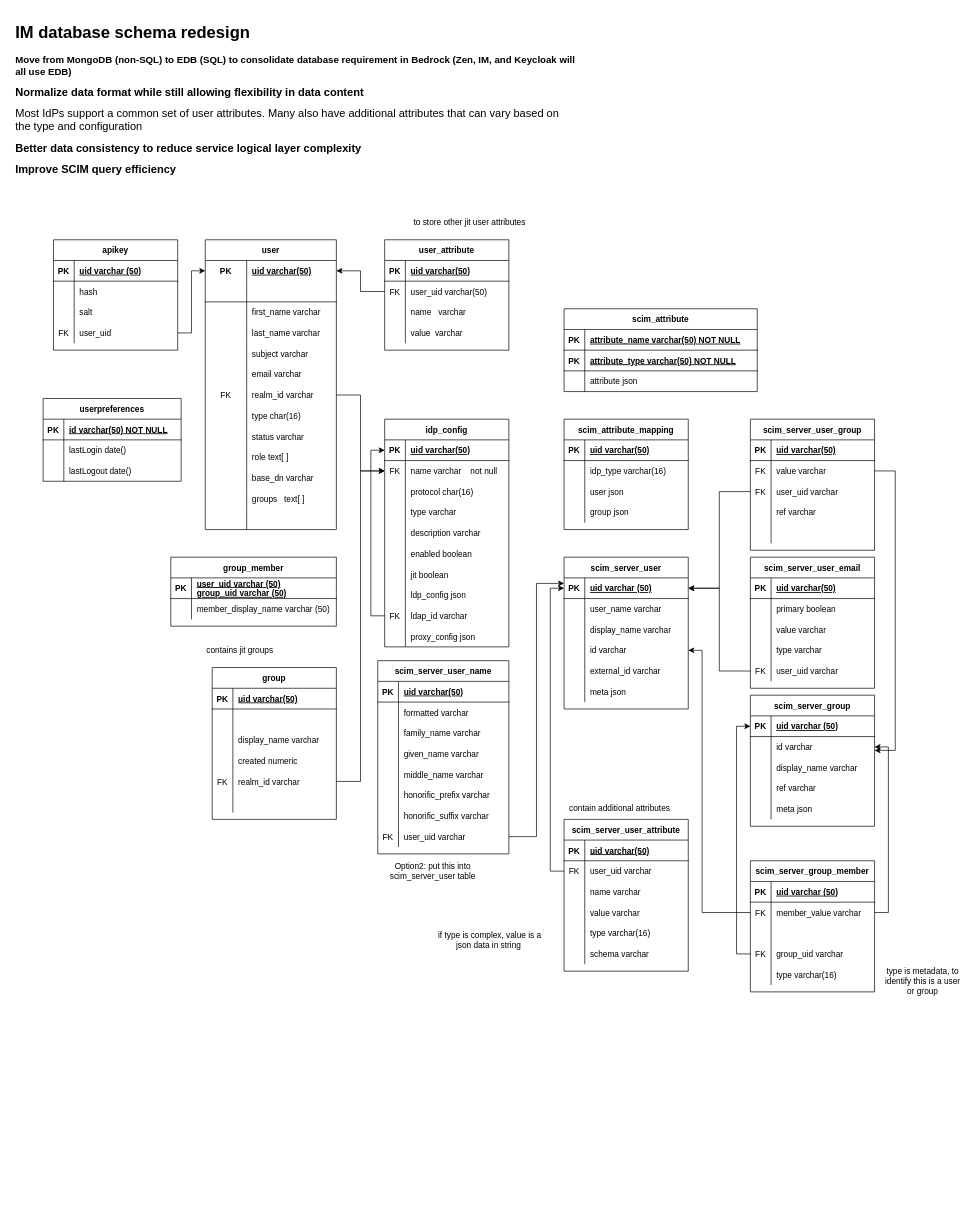
This is page "Page-1" (1 of 2) of IMDBSchemaDiagram-updated.drawio from yannizhang2019/dbmigration, a draw.io file, before an edit. Source tidied: cells renumbered, new cells numbered last; positions are measured from the earlier drawing's top-left corner, leaving out a move shared by most shapes. Both pictures are drawn from the tidied source at 69%, with x=0, y=0 at pixel (12, 19).
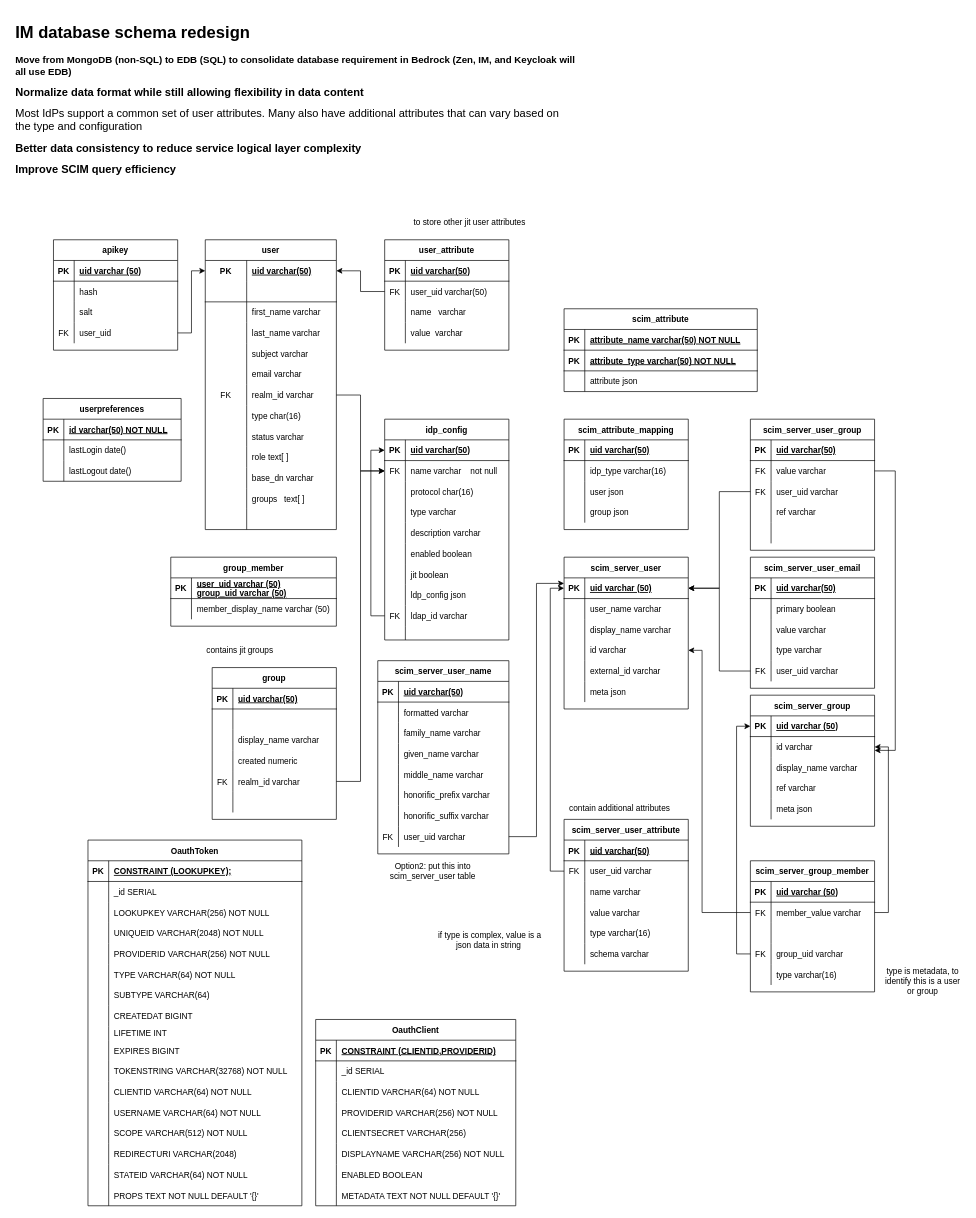
After the change.

Commit message:
updates for the liberty schema

Diff of the diagram source:
```diff
@@
     <mxCell id="56" value="idp_config" style="shape=table;startSize=30;childLayout=tableLayout;rowLines=0;fontStyle=1;align=center;" parent="1" vertex="1">
-      <mxGeometry x="540" y="580" width="180" height="330" as="geometry" />
+      <mxGeometry x="540" y="580" width="180" height="320" as="geometry" />
     </mxCell>
@@
     <mxCell id="85" style="shape=tableRow;horizontal=0;startSize=0;swimlaneHead=0;swimlaneBody=0;fillColor=none;top=0;left=0;right=0;bottom=0;" parent="56" vertex="1">
-      <mxGeometry y="300" width="180" height="30" as="geometry" />
+      <mxGeometry y="300" width="180" height="20" as="geometry" />
     </mxCell>
     <mxCell id="86" style="shape=partialRectangle;fillColor=none;top=0;left=0;bottom=0;right=0;overflow=hidden;" parent="85" vertex="1">
-      <mxGeometry width="30" height="30" as="geometry" />
+      <mxGeometry width="30" height="20" as="geometry" />
     </mxCell>
-    <mxCell id="87" value="proxy_config json" style="shape=partialRectangle;fillColor=none;top=0;left=0;bottom=0;right=0;align=left;spacingLeft=6;overflow=hidden;" parent="85" vertex="1">
-      <mxGeometry x="30" width="150" height="30" as="geometry" />
+    <mxCell id="87" style="shape=partialRectangle;fillColor=none;top=0;left=0;bottom=0;right=0;align=left;spacingLeft=6;overflow=hidden;" parent="85" vertex="1">
+      <mxGeometry x="30" width="150" height="20" as="geometry" />
     </mxCell>
@@
+    <mxCell id="305" value="OauthClient" style="shape=table;startSize=30;childLayout=tableLayout;rowLines=0;fontStyle=1;align=center;" parent="1" vertex="1">
+      <mxGeometry x="440" y="1450" width="290" height="270" as="geometry" />
+    </mxCell>
+    <mxCell id="306" style="shape=tableRow;horizontal=0;startSize=0;swimlaneHead=0;swimlaneBody=0;fillColor=none;strokeColor=inherit;top=0;left=0;right=0;bottom=1;" parent="305" vertex="1">
+      <mxGeometry y="30" width="290" height="30" as="geometry" />
+    </mxCell>
+    <mxCell id="307" value="PK" style="shape=partialRectangle;overflow=hidden;fillColor=none;strokeColor=inherit;top=0;left=0;bottom=0;right=0;fontStyle=1;" parent="306" vertex="1">
+      <mxGeometry width="30" height="30" as="geometry" />
+    </mxCell>
+    <mxCell id="308" value="CONSTRAINT  (CLIENTID,PROVIDERID)" style="shape=partialRectangle;overflow=hidden;fillColor=none;align=left;strokeColor=inherit;top=0;left=0;bottom=0;right=0;spacingLeft=6;fontStyle=5;" parent="306" vertex="1">
+      <mxGeometry x="30" width="260" height="30" as="geometry" />
+    </mxCell>
+    <mxCell id="309" style="shape=tableRow;horizontal=0;startSize=0;swimlaneHead=0;swimlaneBody=0;fillColor=none;strokeColor=inherit;top=0;left=0;right=0;bottom=0;" parent="305" vertex="1">
+      <mxGeometry y="60" width="290" height="30" as="geometry" />
+    </mxCell>
+    <mxCell id="310" style="shape=partialRectangle;overflow=hidden;fillColor=none;strokeColor=inherit;top=0;left=0;bottom=0;right=0;" parent="309" vertex="1">
+      <mxGeometry width="30" height="30" as="geometry" />
+    </mxCell>
+    <mxCell id="311" value="_id SERIAL" style="shape=partialRectangle;overflow=hidden;fillColor=none;align=left;strokeColor=inherit;top=0;left=0;bottom=0;right=0;spacingLeft=6;" parent="309" vertex="1">
+      <mxGeometry x="30" width="260" height="30" as="geometry" />
+    </mxCell>
+    <mxCell id="312" style="shape=tableRow;horizontal=0;startSize=0;swimlaneHead=0;swimlaneBody=0;fillColor=none;strokeColor=inherit;top=0;left=0;right=0;bottom=0;" parent="305" vertex="1">
+      <mxGeometry y="90" width="290" height="30" as="geometry" />
+    </mxCell>
+    <mxCell id="313" style="shape=partialRectangle;overflow=hidden;fillColor=none;strokeColor=inherit;top=0;left=0;bottom=0;right=0;" parent="312" vertex="1">
+      <mxGeometry width="30" height="30" as="geometry" />
+    </mxCell>
+    <mxCell id="314" value="CLIENTID VARCHAR(64) NOT NULL" style="shape=partialRectangle;overflow=hidden;fillColor=none;align=left;strokeColor=inherit;top=0;left=0;bottom=0;right=0;spacingLeft=6;" parent="312" vertex="1">
+      <mxGeometry x="30" width="260" height="30" as="geometry" />
+    </mxCell>
+    <mxCell id="315" style="shape=tableRow;horizontal=0;startSize=0;swimlaneHead=0;swimlaneBody=0;fillColor=none;strokeColor=inherit;top=0;left=0;right=0;bottom=0;" parent="305" vertex="1">
+      <mxGeometry y="120" width="290" height="30" as="geometry" />
+    </mxCell>
+    <mxCell id="316" style="shape=partialRectangle;overflow=hidden;fillColor=none;strokeColor=inherit;top=0;left=0;bottom=0;right=0;" parent="315" vertex="1">
+      <mxGeometry width="30" height="30" as="geometry" />
+    </mxCell>
+    <mxCell id="317" value="PROVIDERID VARCHAR(256) NOT NULL" style="shape=partialRectangle;overflow=hidden;fillColor=none;align=left;strokeColor=inherit;top=0;left=0;bottom=0;right=0;spacingLeft=6;" parent="315" vertex="1">
+      <mxGeometry x="30" width="260" height="30" as="geometry" />
+    </mxCell>
+    <mxCell id="318" style="shape=tableRow;horizontal=0;startSize=0;swimlaneHead=0;swimlaneBody=0;fillColor=none;strokeColor=inherit;top=0;left=0;right=0;bottom=0;" parent="305" vertex="1">
+      <mxGeometry y="150" width="290" height="30" as="geometry" />
+    </mxCell>
+    <mxCell id="319" style="shape=partialRectangle;overflow=hidden;fillColor=none;strokeColor=inherit;top=0;left=0;bottom=0;right=0;" parent="318" vertex="1">
+      <mxGeometry width="30" height="30" as="geometry" />
+    </mxCell>
+    <mxCell id="320" value="CLIENTSECRET VARCHAR(256)" style="shape=partialRectangle;overflow=hidden;fillColor=none;align=left;strokeColor=inherit;top=0;left=0;bottom=0;right=0;spacingLeft=6;" parent="318" vertex="1">
+      <mxGeometry x="30" width="260" height="30" as="geometry" />
+    </mxCell>
+    <mxCell id="321" style="shape=tableRow;horizontal=0;startSize=0;swimlaneHead=0;swimlaneBody=0;fillColor=none;strokeColor=inherit;top=0;left=0;right=0;bottom=0;" parent="305" vertex="1">
+      <mxGeometry y="180" width="290" height="30" as="geometry" />
+    </mxCell>
+    <mxCell id="322" style="shape=partialRectangle;overflow=hidden;fillColor=none;strokeColor=inherit;top=0;left=0;bottom=0;right=0;" parent="321" vertex="1">
+      <mxGeometry width="30" height="30" as="geometry" />
+    </mxCell>
+    <mxCell id="323" value="DISPLAYNAME VARCHAR(256) NOT NULL" style="shape=partialRectangle;overflow=hidden;fillColor=none;align=left;strokeColor=inherit;top=0;left=0;bottom=0;right=0;spacingLeft=6;" parent="321" vertex="1">
+      <mxGeometry x="30" width="260" height="30" as="geometry" />
+    </mxCell>
+    <mxCell id="324" style="shape=tableRow;horizontal=0;startSize=0;swimlaneHead=0;swimlaneBody=0;fillColor=none;strokeColor=inherit;top=0;left=0;right=0;bottom=0;" parent="305" vertex="1">
+      <mxGeometry y="210" width="290" height="30" as="geometry" />
+    </mxCell>
+    <mxCell id="325" style="shape=partialRectangle;overflow=hidden;fillColor=none;strokeColor=inherit;top=0;left=0;bottom=0;right=0;" parent="324" vertex="1">
+      <mxGeometry width="30" height="30" as="geometry" />
+    </mxCell>
+    <mxCell id="326" value="ENABLED BOOLEAN" style="shape=partialRectangle;overflow=hidden;fillColor=none;align=left;strokeColor=inherit;top=0;left=0;bottom=0;right=0;spacingLeft=6;" parent="324" vertex="1">
+      <mxGeometry x="30" width="260" height="30" as="geometry" />
+    </mxCell>
+    <mxCell id="327" style="shape=tableRow;horizontal=0;startSize=0;swimlaneHead=0;swimlaneBody=0;fillColor=none;strokeColor=inherit;top=0;left=0;right=0;bottom=0;" parent="305" vertex="1">
+      <mxGeometry y="240" width="290" height="30" as="geometry" />
+    </mxCell>
+    <mxCell id="328" style="shape=partialRectangle;overflow=hidden;fillColor=none;strokeColor=inherit;top=0;left=0;bottom=0;right=0;" parent="327" vertex="1">
+      <mxGeometry width="30" height="30" as="geometry" />
+    </mxCell>
+    <mxCell id="329" value="METADATA TEXT NOT NULL DEFAULT '{}'" style="shape=partialRectangle;overflow=hidden;fillColor=none;align=left;strokeColor=inherit;top=0;left=0;bottom=0;right=0;spacingLeft=6;" parent="327" vertex="1">
+      <mxGeometry x="30" width="260" height="30" as="geometry" />
+    </mxCell>
+    <mxCell id="330" value="OauthToken" style="shape=table;startSize=30;childLayout=tableLayout;rowLines=0;fontStyle=1;align=center;" parent="1" vertex="1">
+      <mxGeometry x="110" y="1190" width="310" height="530" as="geometry" />
+    </mxCell>
+    <mxCell id="331" style="shape=tableRow;horizontal=0;startSize=0;swimlaneHead=0;swimlaneBody=0;fillColor=none;strokeColor=inherit;top=0;left=0;right=0;bottom=1;" parent="330" vertex="1">
+      <mxGeometry y="30" width="310" height="30" as="geometry" />
+    </mxCell>
+    <mxCell id="332" value="PK" style="shape=partialRectangle;overflow=hidden;fillColor=none;strokeColor=inherit;top=0;left=0;bottom=0;right=0;fontStyle=1;" parent="331" vertex="1">
+      <mxGeometry width="30" height="30" as="geometry" />
+    </mxCell>
+    <mxCell id="333" value="CONSTRAINT  (LOOKUPKEY);" style="shape=partialRectangle;overflow=hidden;fillColor=none;align=left;strokeColor=inherit;top=0;left=0;bottom=0;right=0;spacingLeft=6;fontStyle=5;" parent="331" vertex="1">
+      <mxGeometry x="30" width="280" height="30" as="geometry" />
+    </mxCell>
+    <mxCell id="334" style="shape=tableRow;horizontal=0;startSize=0;swimlaneHead=0;swimlaneBody=0;fillColor=none;strokeColor=inherit;top=0;left=0;right=0;bottom=0;" parent="330" vertex="1">
+      <mxGeometry y="60" width="310" height="30" as="geometry" />
+    </mxCell>
+    <mxCell id="335" style="shape=partialRectangle;overflow=hidden;fillColor=none;strokeColor=inherit;top=0;left=0;bottom=0;right=0;" parent="334" vertex="1">
+      <mxGeometry width="30" height="30" as="geometry" />
+    </mxCell>
+    <mxCell id="336" value="_id SERIAL" style="shape=partialRectangle;overflow=hidden;fillColor=none;align=left;strokeColor=inherit;top=0;left=0;bottom=0;right=0;spacingLeft=6;" parent="334" vertex="1">
+      <mxGeometry x="30" width="280" height="30" as="geometry" />
+    </mxCell>
+    <mxCell id="337" style="shape=tableRow;horizontal=0;startSize=0;swimlaneHead=0;swimlaneBody=0;fillColor=none;strokeColor=inherit;top=0;left=0;right=0;bottom=0;" parent="330" vertex="1">
+      <mxGeometry y="90" width="310" height="30" as="geometry" />
+    </mxCell>
+    <mxCell id="338" style="shape=partialRectangle;overflow=hidden;fillColor=none;strokeColor=inherit;top=0;left=0;bottom=0;right=0;" parent="337" vertex="1">
+      <mxGeometry width="30" height="30" as="geometry" />
+    </mxCell>
+    <mxCell id="339" value="LOOKUPKEY VARCHAR(256) NOT NULL" style="shape=partialRectangle;overflow=hidden;fillColor=none;align=left;strokeColor=inherit;top=0;left=0;bottom=0;right=0;spacingLeft=6;" parent="337" vertex="1">
+      <mxGeometry x="30" width="280" height="30" as="geometry" />
+    </mxCell>
+    <mxCell id="340" style="shape=tableRow;horizontal=0;startSize=0;swimlaneHead=0;swimlaneBody=0;fillColor=none;strokeColor=inherit;top=0;left=0;right=0;bottom=0;" parent="330" vertex="1">
+      <mxGeometry y="120" width="310" height="30" as="geometry" />
+    </mxCell>
+    <mxCell id="341" style="shape=partialRectangle;overflow=hidden;fillColor=none;strokeColor=inherit;top=0;left=0;bottom=0;right=0;" parent="340" vertex="1">
+      <mxGeometry width="30" height="30" as="geometry" />
+    </mxCell>
+    <mxCell id="342" value="UNIQUEID VARCHAR(2048) NOT NULL" style="shape=partialRectangle;overflow=hidden;fillColor=none;align=left;strokeColor=inherit;top=0;left=0;bottom=0;right=0;spacingLeft=6;" parent="340" vertex="1">
+      <mxGeometry x="30" width="280" height="30" as="geometry" />
+    </mxCell>
+    <mxCell id="343" style="shape=tableRow;horizontal=0;startSize=0;swimlaneHead=0;swimlaneBody=0;fillColor=none;strokeColor=inherit;top=0;left=0;right=0;bottom=0;" parent="330" vertex="1">
+      <mxGeometry y="150" width="310" height="30" as="geometry" />
+    </mxCell>
+    <mxCell id="344" style="shape=partialRectangle;overflow=hidden;fillColor=none;strokeColor=inherit;top=0;left=0;bottom=0;right=0;" parent="343" vertex="1">
+      <mxGeometry width="30" height="30" as="geometry" />
+    </mxCell>
+    <mxCell id="345" value="PROVIDERID VARCHAR(256) NOT NULL" style="shape=partialRectangle;overflow=hidden;fillColor=none;align=left;strokeColor=inherit;top=0;left=0;bottom=0;right=0;spacingLeft=6;" parent="343" vertex="1">
+      <mxGeometry x="30" width="280" height="30" as="geometry" />
+    </mxCell>
+    <mxCell id="346" style="shape=tableRow;horizontal=0;startSize=0;swimlaneHead=0;swimlaneBody=0;fillColor=none;strokeColor=inherit;top=0;left=0;right=0;bottom=0;" parent="330" vertex="1">
+      <mxGeometry y="180" width="310" height="30" as="geometry" />
+    </mxCell>
+    <mxCell id="347" style="shape=partialRectangle;overflow=hidden;fillColor=none;strokeColor=inherit;top=0;left=0;bottom=0;right=0;" parent="346" vertex="1">
+      <mxGeometry width="30" height="30" as="geometry" />
+    </mxCell>
+    <mxCell id="348" value="TYPE VARCHAR(64) NOT NULL" style="shape=partialRectangle;overflow=hidden;fillColor=none;align=left;strokeColor=inherit;top=0;left=0;bottom=0;right=0;spacingLeft=6;" parent="346" vertex="1">
+      <mxGeometry x="30" width="280" height="30" as="geometry" />
+    </mxCell>
+    <mxCell id="349" style="shape=tableRow;horizontal=0;startSize=0;swimlaneHead=0;swimlaneBody=0;fillColor=none;strokeColor=inherit;top=0;left=0;right=0;bottom=0;" parent="330" vertex="1">
+      <mxGeometry y="210" width="310" height="30" as="geometry" />
+    </mxCell>
+    <mxCell id="350" style="shape=partialRectangle;overflow=hidden;fillColor=none;strokeColor=inherit;top=0;left=0;bottom=0;right=0;" parent="349" vertex="1">
+      <mxGeometry width="30" height="30" as="geometry" />
+    </mxCell>
+    <mxCell id="351" value="SUBTYPE VARCHAR(64)" style="shape=partialRectangle;overflow=hidden;fillColor=none;align=left;strokeColor=inherit;top=0;left=0;bottom=0;right=0;spacingLeft=6;" parent="349" vertex="1">
+      <mxGeometry x="30" width="280" height="30" as="geometry" />
+    </mxCell>
+    <mxCell id="352" style="shape=tableRow;horizontal=0;startSize=0;swimlaneHead=0;swimlaneBody=0;fillColor=none;strokeColor=inherit;top=0;left=0;right=0;bottom=0;" parent="330" vertex="1">
+      <mxGeometry y="240" width="310" height="30" as="geometry" />
+    </mxCell>
+    <mxCell id="353" style="shape=partialRectangle;overflow=hidden;fillColor=none;strokeColor=inherit;top=0;left=0;bottom=0;right=0;" parent="352" vertex="1">
+      <mxGeometry width="30" height="30" as="geometry" />
+    </mxCell>
+    <mxCell id="354" value="CREATEDAT BIGINT" style="shape=partialRectangle;overflow=hidden;fillColor=none;align=left;strokeColor=inherit;top=0;left=0;bottom=0;right=0;spacingLeft=6;" parent="352" vertex="1">
+      <mxGeometry x="30" width="280" height="30" as="geometry" />
+    </mxCell>
+    <mxCell id="355" style="shape=tableRow;horizontal=0;startSize=0;swimlaneHead=0;swimlaneBody=0;fillColor=none;strokeColor=inherit;top=0;left=0;right=0;bottom=0;" parent="330" vertex="1">
+      <mxGeometry y="270" width="310" height="20" as="geometry" />
+    </mxCell>
+    <mxCell id="356" style="shape=partialRectangle;overflow=hidden;fillColor=none;strokeColor=inherit;top=0;left=0;bottom=0;right=0;" parent="355" vertex="1">
+      <mxGeometry width="30" height="20" as="geometry" />
+    </mxCell>
+    <mxCell id="357" value="LIFETIME INT" style="shape=partialRectangle;overflow=hidden;fillColor=none;align=left;strokeColor=inherit;top=0;left=0;bottom=0;right=0;spacingLeft=6;" parent="355" vertex="1">
+      <mxGeometry x="30" width="280" height="20" as="geometry" />
+    </mxCell>
+    <mxCell id="358" style="shape=tableRow;horizontal=0;startSize=0;swimlaneHead=0;swimlaneBody=0;fillColor=none;strokeColor=inherit;top=0;left=0;right=0;bottom=0;" parent="330" vertex="1">
+      <mxGeometry y="290" width="310" height="30" as="geometry" />
+    </mxCell>
+    <mxCell id="359" style="shape=partialRectangle;overflow=hidden;fillColor=none;strokeColor=inherit;top=0;left=0;bottom=0;right=0;" parent="358" vertex="1">
+      <mxGeometry width="30" height="30" as="geometry" />
+    </mxCell>
+    <mxCell id="360" value="EXPIRES BIGINT" style="shape=partialRectangle;overflow=hidden;fillColor=none;align=left;strokeColor=inherit;top=0;left=0;bottom=0;right=0;spacingLeft=6;" parent="358" vertex="1">
+      <mxGeometry x="30" width="280" height="30" as="geometry" />
+    </mxCell>
+    <mxCell id="361" style="shape=tableRow;horizontal=0;startSize=0;swimlaneHead=0;swimlaneBody=0;fillColor=none;strokeColor=inherit;top=0;left=0;right=0;bottom=0;" parent="330" vertex="1">
+      <mxGeometry y="320" width="310" height="30" as="geometry" />
+    </mxCell>
+    <mxCell id="362" style="shape=partialRectangle;overflow=hidden;fillColor=none;strokeColor=inherit;top=0;left=0;bottom=0;right=0;" parent="361" vertex="1">
+      <mxGeometry width="30" height="30" as="geometry" />
+    </mxCell>
+    <mxCell id="363" value="TOKENSTRING VARCHAR(32768) NOT NULL" style="shape=partialRectangle;overflow=hidden;fillColor=none;align=left;strokeColor=inherit;top=0;left=0;bottom=0;right=0;spacingLeft=6;" parent="361" vertex="1">
+      <mxGeometry x="30" width="280" height="30" as="geometry" />
+    </mxCell>
+    <mxCell id="364" style="shape=tableRow;horizontal=0;startSize=0;swimlaneHead=0;swimlaneBody=0;fillColor=none;strokeColor=inherit;top=0;left=0;right=0;bottom=0;" parent="330" vertex="1">
+      <mxGeometry y="350" width="310" height="30" as="geometry" />
+    </mxCell>
+    <mxCell id="365" style="shape=partialRectangle;overflow=hidden;fillColor=none;strokeColor=inherit;top=0;left=0;bottom=0;right=0;" parent="364" vertex="1">
+      <mxGeometry width="30" height="30" as="geometry" />
+    </mxCell>
+    <mxCell id="366" value="CLIENTID VARCHAR(64) NOT NULL" style="shape=partialRectangle;overflow=hidden;fillColor=none;align=left;strokeColor=inherit;top=0;left=0;bottom=0;right=0;spacingLeft=6;" parent="364" vertex="1">
+      <mxGeometry x="30" width="280" height="30" as="geometry" />
+    </mxCell>
+    <mxCell id="367" style="shape=tableRow;horizontal=0;startSize=0;swimlaneHead=0;swimlaneBody=0;fillColor=none;strokeColor=inherit;top=0;left=0;right=0;bottom=0;" parent="330" vertex="1">
+      <mxGeometry y="380" width="310" height="30" as="geometry" />
+    </mxCell>
+    <mxCell id="368" style="shape=partialRectangle;overflow=hidden;fillColor=none;strokeColor=inherit;top=0;left=0;bottom=0;right=0;" parent="367" vertex="1">
+      <mxGeometry width="30" height="30" as="geometry" />
+    </mxCell>
+    <mxCell id="369" value="USERNAME VARCHAR(64) NOT NULL" style="shape=partialRectangle;overflow=hidden;fillColor=none;align=left;strokeColor=inherit;top=0;left=0;bottom=0;right=0;spacingLeft=6;" parent="367" vertex="1">
+      <mxGeometry x="30" width="280" height="30" as="geometry" />
+    </mxCell>
+    <mxCell id="370" style="shape=tableRow;horizontal=0;startSize=0;swimlaneHead=0;swimlaneBody=0;fillColor=none;strokeColor=inherit;top=0;left=0;right=0;bottom=0;" parent="330" vertex="1">
+      <mxGeometry y="410" width="310" height="30" as="geometry" />
+    </mxCell>
+    <mxCell id="371" style="shape=partialRectangle;overflow=hidden;fillColor=none;strokeColor=inherit;top=0;left=0;bottom=0;right=0;" parent="370" vertex="1">
+      <mxGeometry width="30" height="30" as="geometry" />
+    </mxCell>
+    <mxCell id="372" value="SCOPE VARCHAR(512) NOT NULL" style="shape=partialRectangle;overflow=hidden;fillColor=none;align=left;strokeColor=inherit;top=0;left=0;bottom=0;right=0;spacingLeft=6;" parent="370" vertex="1">
+      <mxGeometry x="30" width="280" height="30" as="geometry" />
+    </mxCell>
+    <mxCell id="373" style="shape=tableRow;horizontal=0;startSize=0;swimlaneHead=0;swimlaneBody=0;fillColor=none;strokeColor=inherit;top=0;left=0;right=0;bottom=0;" parent="330" vertex="1">
+      <mxGeometry y="440" width="310" height="30" as="geometry" />
+    </mxCell>
+    <mxCell id="374" style="shape=partialRectangle;overflow=hidden;fillColor=none;strokeColor=inherit;top=0;left=0;bottom=0;right=0;" parent="373" vertex="1">
+      <mxGeometry width="30" height="30" as="geometry" />
+    </mxCell>
+    <mxCell id="375" value="REDIRECTURI VARCHAR(2048)" style="shape=partialRectangle;overflow=hidden;fillColor=none;align=left;strokeColor=inherit;top=0;left=0;bottom=0;right=0;spacingLeft=6;" parent="373" vertex="1">
+      <mxGeometry x="30" width="280" height="30" as="geometry" />
+    </mxCell>
+    <mxCell id="376" style="shape=tableRow;horizontal=0;startSize=0;swimlaneHead=0;swimlaneBody=0;fillColor=none;strokeColor=inherit;top=0;left=0;right=0;bottom=0;" parent="330" vertex="1">
+      <mxGeometry y="470" width="310" height="30" as="geometry" />
+    </mxCell>
+    <mxCell id="377" style="shape=partialRectangle;overflow=hidden;fillColor=none;strokeColor=inherit;top=0;left=0;bottom=0;right=0;" parent="376" vertex="1">
+      <mxGeometry width="30" height="30" as="geometry" />
+    </mxCell>
+    <mxCell id="378" value="STATEID VARCHAR(64) NOT NULL" style="shape=partialRectangle;overflow=hidden;fillColor=none;align=left;strokeColor=inherit;top=0;left=0;bottom=0;right=0;spacingLeft=6;" parent="376" vertex="1">
+      <mxGeometry x="30" width="280" height="30" as="geometry" />
+    </mxCell>
+    <mxCell id="379" style="shape=tableRow;horizontal=0;startSize=0;swimlaneHead=0;swimlaneBody=0;fillColor=none;strokeColor=inherit;top=0;left=0;right=0;bottom=0;" parent="330" vertex="1">
+      <mxGeometry y="500" width="310" height="30" as="geometry" />
+    </mxCell>
+    <mxCell id="380" style="shape=partialRectangle;overflow=hidden;fillColor=none;strokeColor=inherit;top=0;left=0;bottom=0;right=0;" parent="379" vertex="1">
+      <mxGeometry width="30" height="30" as="geometry" />
+    </mxCell>
+    <mxCell id="381" value="PROPS TEXT NOT NULL DEFAULT '{}'" style="shape=partialRectangle;overflow=hidden;fillColor=none;align=left;strokeColor=inherit;top=0;left=0;bottom=0;right=0;spacingLeft=6;" parent="379" vertex="1">
+      <mxGeometry x="30" width="280" height="30" as="geometry" />
+    </mxCell>
```
